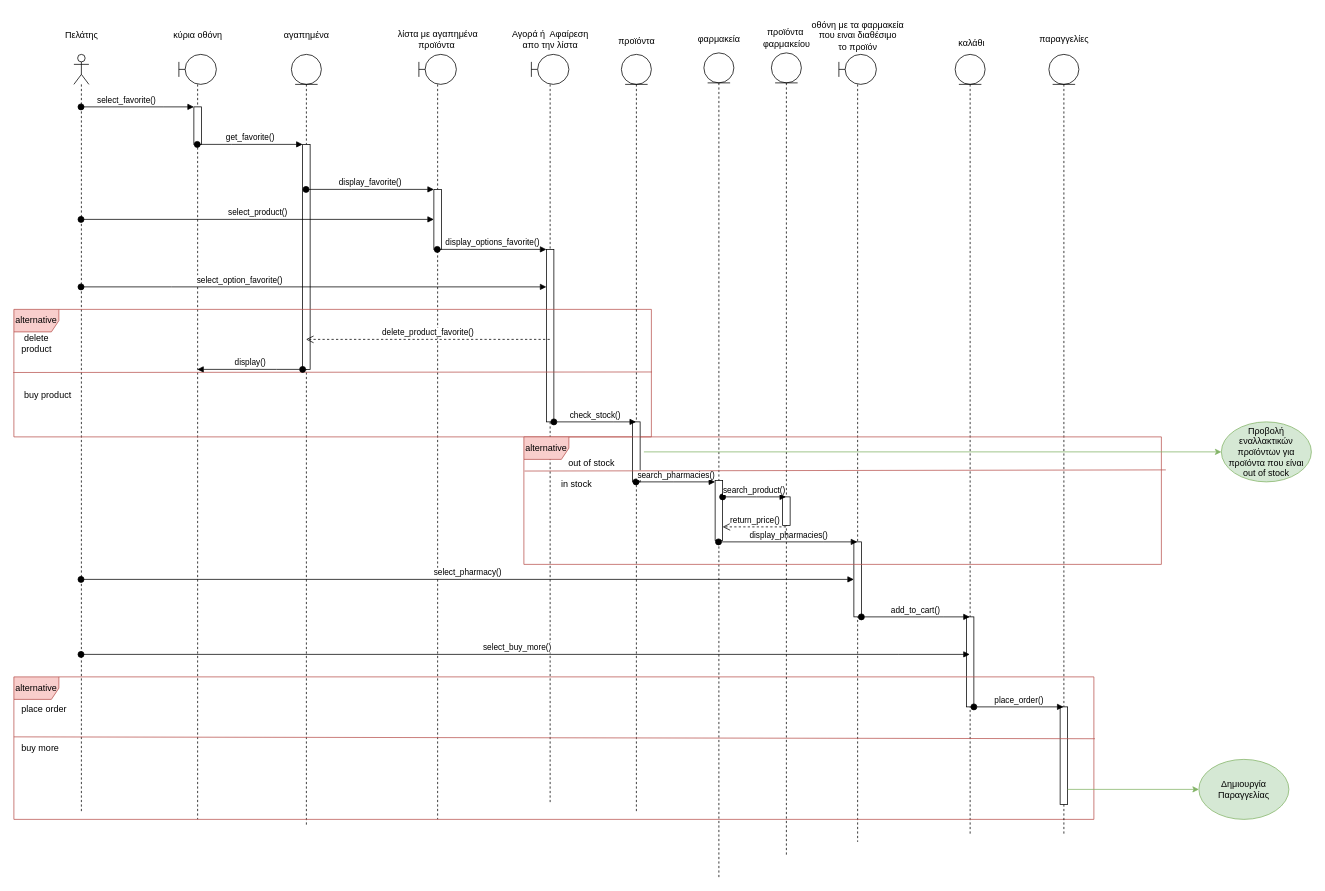
Earlier version of the draw.io diagram Παραδοτέο_4/sequence/sequence_3.drawio (Galenus-Pharmacy/GalenusPharmacies). Source tidied: cells renumbered, new cells numbered last; positions are measured from the earlier drawing's top-left corner, leaving out a move shared by most shapes. Both pictures are drawn from the tidied source at 75%, with x=0, y=0 at pixel (14, 13).
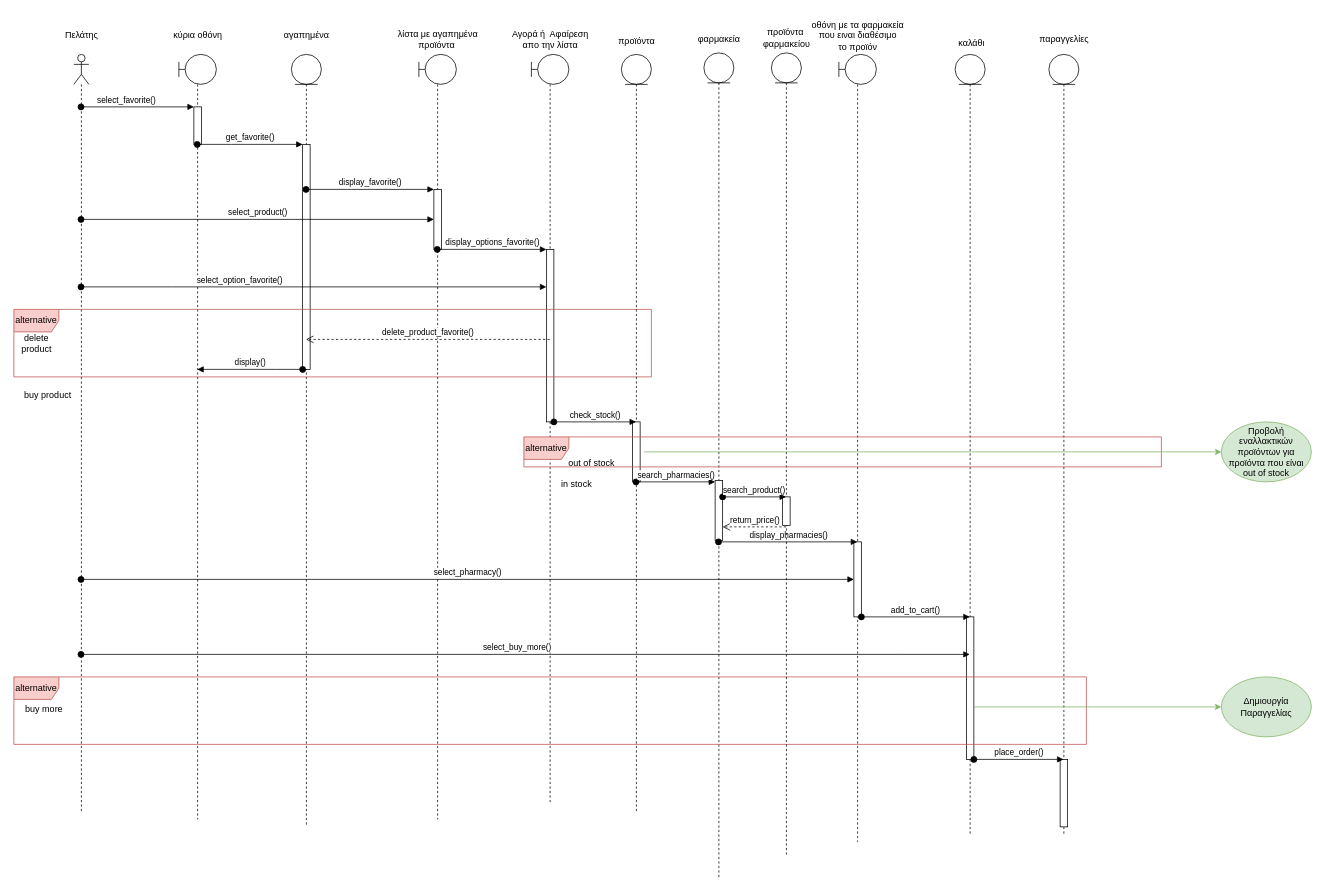
The same page after the edit.

The change refers to these unchanged cells:
```xml
<mxCell id="40" style="shape=umlLifeline;perimeter=lifelinePerimeter;whiteSpace=wrap;html=1;outlineConnect=0;portConstraint=eastwest;newEdgeStyle={&quot;edgeStyle&quot;:&quot;elbowEdgeStyle&quot;,&quot;elbow&quot;:&quot;vertical&quot;,&quot;curved&quot;:0,&quot;rounded&quot;:0};participant=umlEntity;" parent="1" vertex="1">
  <mxGeometry x="1255" y="55" width="40" height="1040" as="geometry" />
</mxCell>
<mxCell id="46" style="shape=umlLifeline;perimeter=lifelinePerimeter;whiteSpace=wrap;html=1;outlineConnect=0;portConstraint=eastwest;newEdgeStyle={&quot;edgeStyle&quot;:&quot;elbowEdgeStyle&quot;,&quot;elbow&quot;:&quot;vertical&quot;,&quot;curved&quot;:0,&quot;rounded&quot;:0};participant=umlEntity;" parent="1" vertex="1">
  <mxGeometry x="1380" y="55" width="40" height="1040" as="geometry" />
</mxCell>
```

Change to the diagram source:
```diff
@@
     <mxCell id="22" value="alternative" style="shape=umlFrame;whiteSpace=wrap;html=1;fillColor=#f8cecc;strokeColor=#b85450;" parent="1" vertex="1">
-      <mxGeometry y="395" width="850" height="170" as="geometry" />
+      <mxGeometry y="395" width="850" height="90" as="geometry" />
     </mxCell>
@@
-    <mxCell id="25" style="endArrow=none;html=1;rounded=0;exitX=-0.001;exitY=0.495;exitDx=0;exitDy=0;exitPerimeter=0;entryX=1.001;entryY=0.491;entryDx=0;entryDy=0;entryPerimeter=0;fillColor=#f8cecc;strokeColor=#b85450;" parent="1" edge="1" source="22" target="22">
-      <mxGeometry relative="1" as="geometry" />
-    </mxCell>
@@
     <mxCell id="41" style="html=1;points=[];perimeter=orthogonalPerimeter;outlineConnect=0;targetShapes=umlLifeline;portConstraint=eastwest;newEdgeStyle={&quot;edgeStyle&quot;:&quot;elbowEdgeStyle&quot;,&quot;elbow&quot;:&quot;vertical&quot;,&quot;curved&quot;:0,&quot;rounded&quot;:0};" parent="40" vertex="1">
-      <mxGeometry x="15" y="750" width="10" height="120" as="geometry" />
+      <mxGeometry x="15" y="750" width="10" height="190" as="geometry" />
     </mxCell>
@@
     <mxCell id="45" value="alternative" style="shape=umlFrame;whiteSpace=wrap;html=1;fillColor=#f8cecc;strokeColor=#b85450;" parent="1" vertex="1">
-      <mxGeometry y="885" width="1440" height="190" as="geometry" />
+      <mxGeometry y="885" width="1430" height="90" as="geometry" />
     </mxCell>
@@
     <mxCell id="47" style="html=1;points=[];perimeter=orthogonalPerimeter;outlineConnect=0;targetShapes=umlLifeline;portConstraint=eastwest;newEdgeStyle={&quot;edgeStyle&quot;:&quot;elbowEdgeStyle&quot;,&quot;elbow&quot;:&quot;vertical&quot;,&quot;curved&quot;:0,&quot;rounded&quot;:0};" parent="46" vertex="1">
-      <mxGeometry x="15" y="870" width="10" height="130" as="geometry" />
+      <mxGeometry x="15" y="940" width="10" height="90" as="geometry" />
     </mxCell>
@@
     <mxCell id="49" value="place_order()" style="html=1;verticalAlign=bottom;startArrow=oval;startFill=1;endArrow=block;startSize=8;edgeStyle=elbowEdgeStyle;elbow=vertical;curved=0;rounded=0;" parent="1" edge="1" source="41" target="46">
       <mxGeometry relative="1" as="geometry">
         <Array as="points">
-          <mxPoint x="1370" y="925" />
+          <mxPoint x="1360" y="995" />
         </Array>
       </mxGeometry>
     </mxCell>
@@
-    <mxCell id="51" value="place order" style="text;html=1;align=center;verticalAlign=middle;strokeColor=none;fillColor=none;" parent="1" vertex="1">
-      <mxGeometry y="913" width="80" height="30" as="geometry" />
+    <mxCell id="51" value="buy more" style="text;html=1;align=center;verticalAlign=middle;strokeColor=none;fillColor=none;" parent="1" vertex="1">
+      <mxGeometry x="5" y="913" width="70" height="30" as="geometry" />
     </mxCell>
@@
     <mxCell id="57" value="alternative" style="shape=umlFrame;whiteSpace=wrap;html=1;fillColor=#f8cecc;strokeColor=#b85450;" parent="1" vertex="1">
-      <mxGeometry x="680" y="565" width="850" height="170" as="geometry" />
+      <mxGeometry x="680" y="565" width="850" height="40" as="geometry" />
     </mxCell>
@@
-    <mxCell id="61" style="endArrow=none;html=1;rounded=0;exitX=0.001;exitY=0.268;exitDx=0;exitDy=0;exitPerimeter=0;entryX=1.007;entryY=0.259;entryDx=0;entryDy=0;entryPerimeter=0;fillColor=#f8cecc;strokeColor=#b85450;" parent="1" edge="1" source="57" target="57">
-      <mxGeometry relative="1" as="geometry" />
-    </mxCell>
@@
     <mxCell id="63" value="Δημιουργία Παραγγελίας" style="ellipse;whiteSpace=wrap;html=1;fillColor=#d5e8d4;strokeColor=#82b366;" parent="1" vertex="1">
-      <mxGeometry x="1580" y="995" width="120" height="80" as="geometry" />
+      <mxGeometry x="1610" y="885" width="120" height="80" as="geometry" />
     </mxCell>
-    <mxCell id="64" style="endArrow=classic;html=1;rounded=0;entryX=0;entryY=0.5;entryDx=0;entryDy=0;fillColor=#d5e8d4;strokeColor=#82b366;" parent="1" edge="1" source="47" target="63">
+    <mxCell id="64" style="endArrow=classic;html=1;rounded=0;entryX=0;entryY=0.5;entryDx=0;entryDy=0;fillColor=#d5e8d4;strokeColor=#82b366;" parent="1" edge="1" source="41" target="63">
       <mxGeometry relative="1" as="geometry" />
     </mxCell>
-    <mxCell id="65" style="endArrow=none;html=1;rounded=0;entryX=1.001;entryY=0.434;entryDx=0;entryDy=0;entryPerimeter=0;exitX=0;exitY=0.421;exitDx=0;exitDy=0;exitPerimeter=0;fillColor=#f8cecc;strokeColor=#b85450;" parent="1" edge="1" source="45" target="45">
-      <mxGeometry relative="1" as="geometry" />
-    </mxCell>
-    <mxCell id="66" value="buy more" style="text;html=1;align=center;verticalAlign=middle;strokeColor=none;fillColor=none;" parent="1" vertex="1">
-      <mxGeometry y="965" width="70" height="30" as="geometry" />
-    </mxCell>
```
